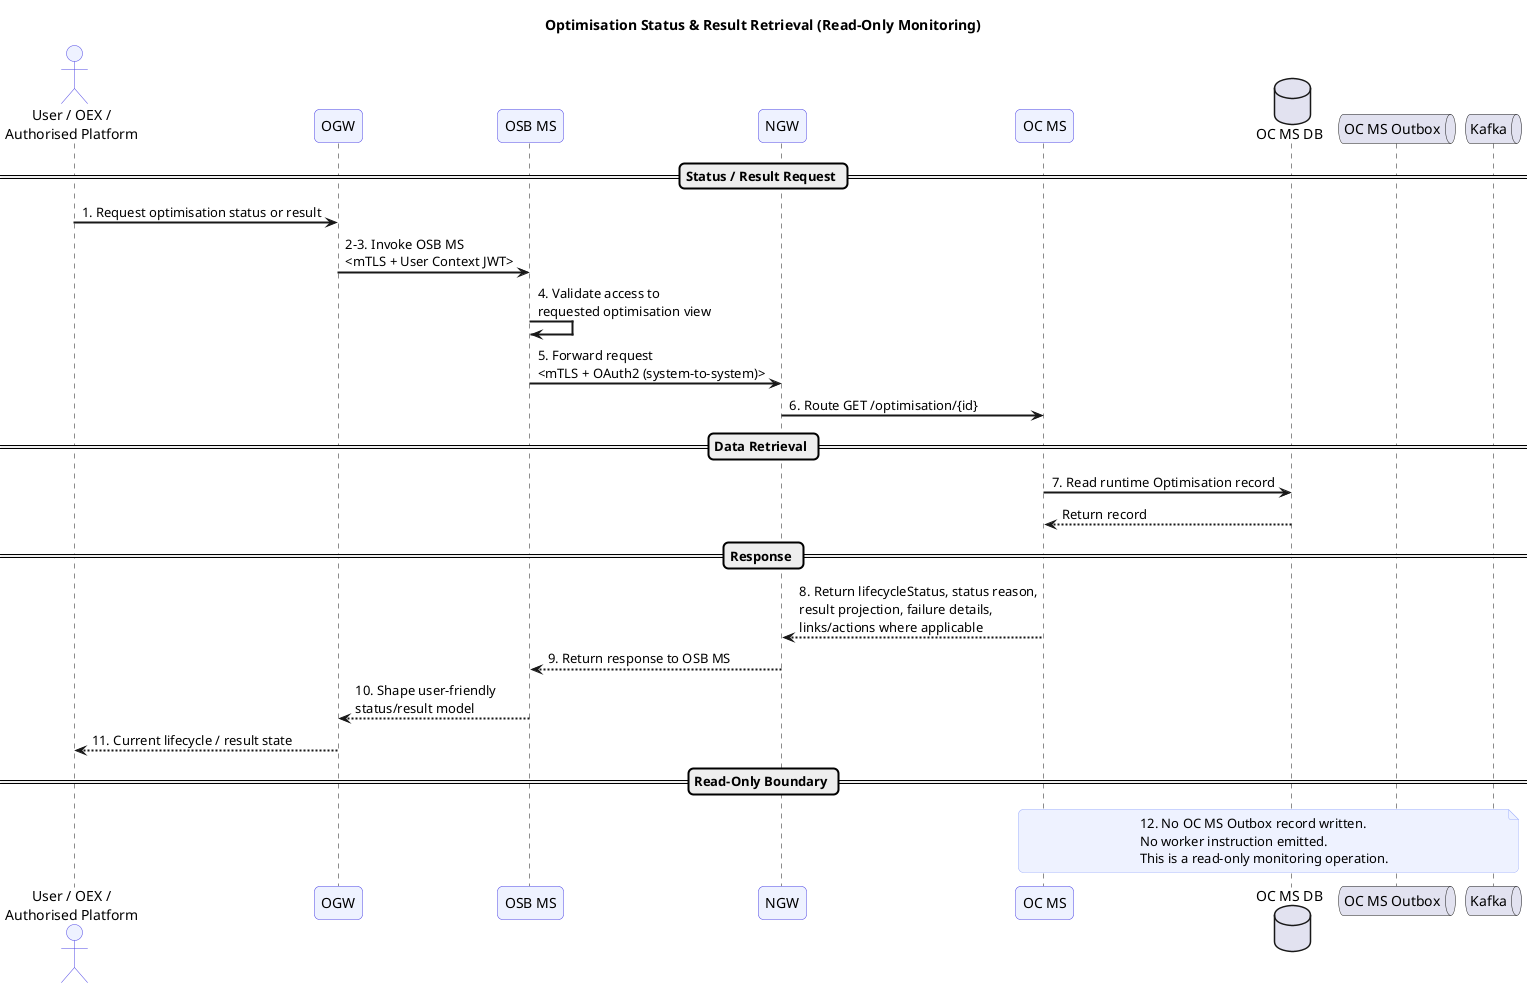
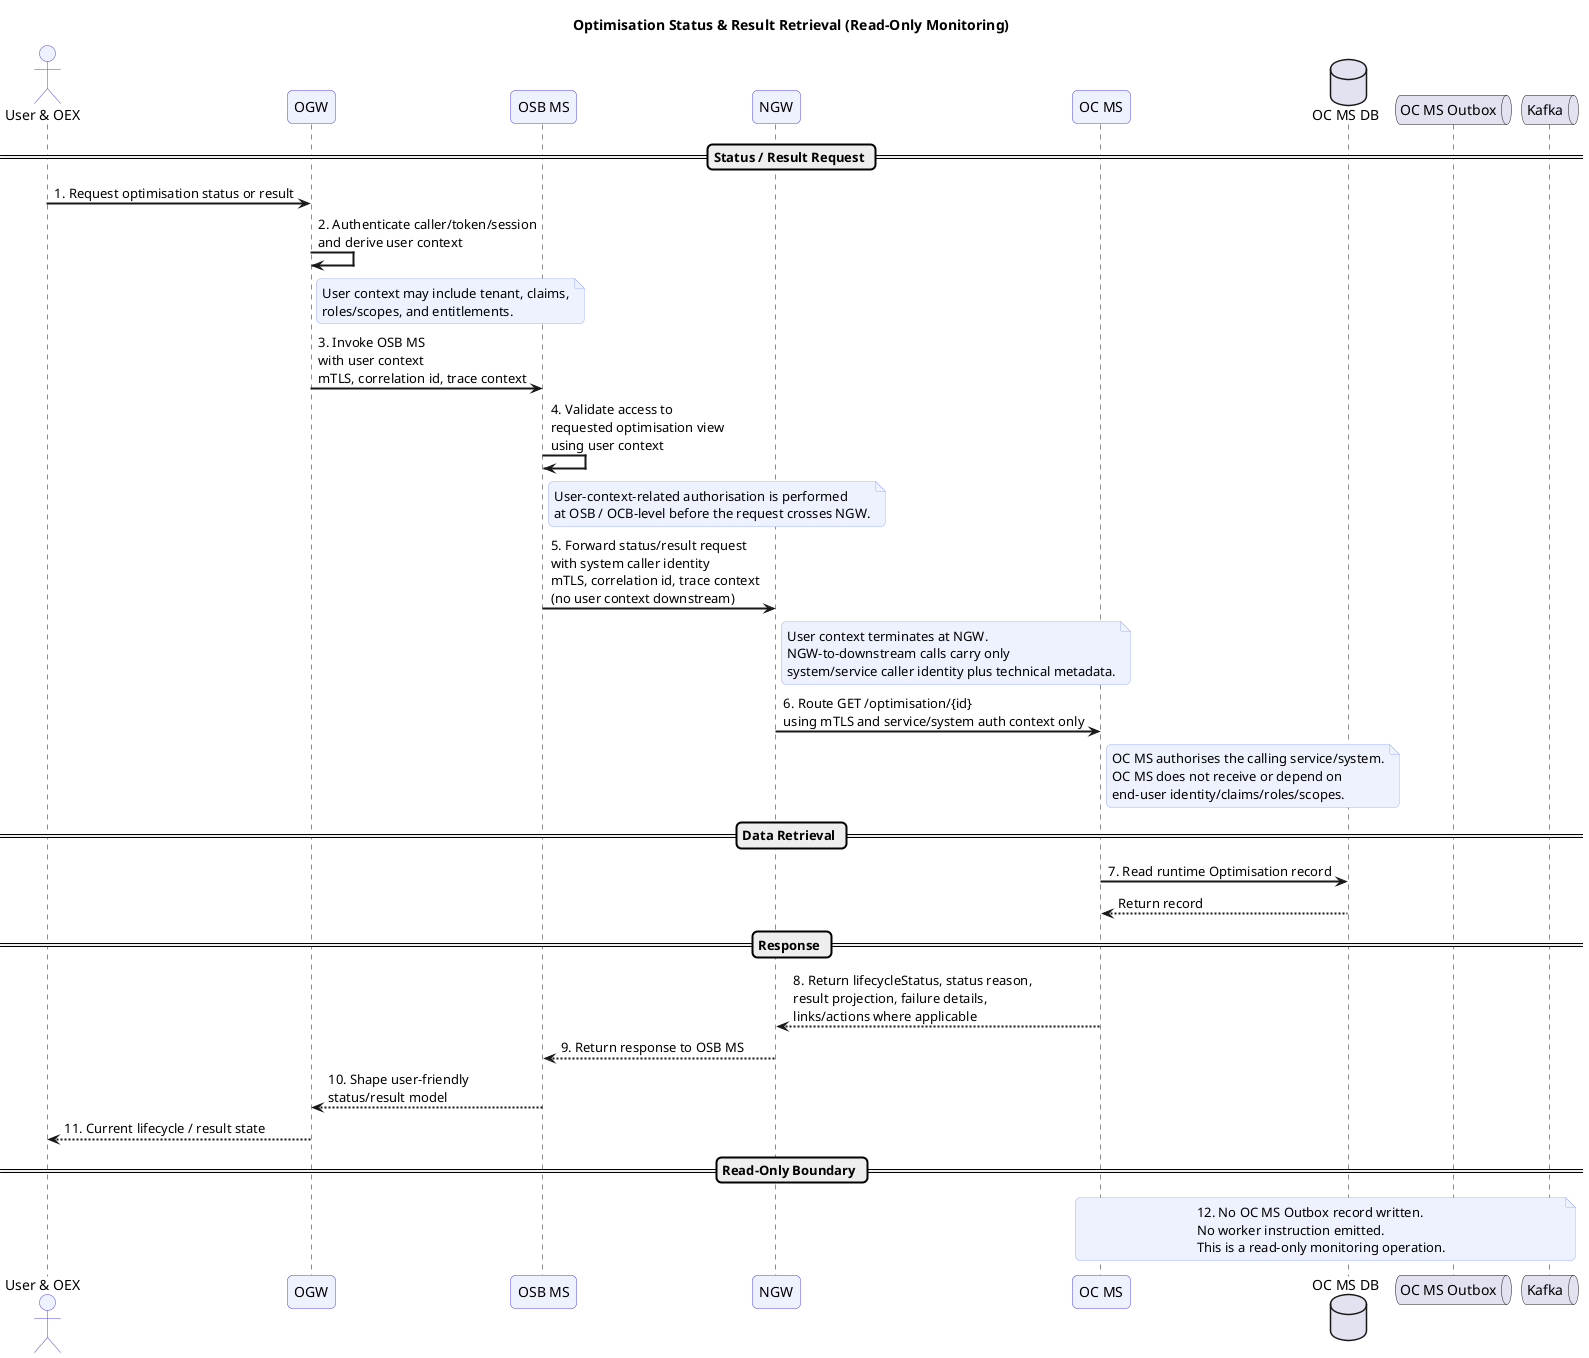
@startuml
title Optimisation Status & Result Retrieval (Read-Only Monitoring)

skinparam sequenceArrowThickness 2
skinparam roundcorner 10
skinparam sequenceParticipantBackgroundColor #EEF2FF
skinparam sequenceParticipantBorderColor #4F46E5
skinparam sequenceActorBackgroundColor #EEF2FF
skinparam sequenceActorBorderColor #4F46E5
skinparam noteBorderColor #A5B4FC
skinparam noteBackgroundColor #EEF2FF

- actor "User / OEX /\nAuthorised Platform" as Caller
+ actor "User & OEX " as Caller
participant "OGW" as OGW
participant "OSB MS" as OSB
participant "NGW" as NGW
participant "OC MS" as OCMS
database "OC MS DB" as OCDB
queue "OC MS Outbox" as Outbox
queue "Kafka" as Kafka

== Status / Result Request ==

Caller -> OGW : 1. Request optimisation status or result
- OGW -> OSB : 2-3. Invoke OSB MS\n<mTLS + User Context JWT>
- OSB -> OSB : 4. Validate access to\nrequested optimisation view
- OSB -> NGW : 5. Forward request\n<mTLS + OAuth2 (system-to-system)>
- NGW -> OCMS : 6. Route GET /optimisation/{id}
+ OGW -> OGW : 2. Authenticate caller/token/session\nand derive user context
+ note right of OGW
+ User context may include tenant, claims,
+ roles/scopes, and entitlements.
+ end note
+ 
+ OGW -> OSB : 3. Invoke OSB MS\nwith user context\nmTLS, correlation id, trace context
+ OSB -> OSB : 4. Validate access to\nrequested optimisation view\nusing user context
+ note right of OSB
+ User-context-related authorisation is performed
+ at OSB / OCB-level before the request crosses NGW.
+ end note
+ 
+ OSB -> NGW : 5. Forward status/result request\nwith system caller identity\nmTLS, correlation id, trace context\n(no user context downstream)
+ note right of NGW
+ User context terminates at NGW.
+ NGW-to-downstream calls carry only
+ system/service caller identity plus technical metadata.
+ end note
+ 
+ NGW -> OCMS : 6. Route GET /optimisation/{id}\nusing mTLS and service/system auth context only
+ note right of OCMS
+ OC MS authorises the calling service/system.
+ OC MS does not receive or depend on
+ end-user identity/claims/roles/scopes.
+ end note

== Data Retrieval ==

OCMS -> OCDB : 7. Read runtime Optimisation record
OCDB --> OCMS : Return record

== Response ==

OCMS --> NGW : 8. Return lifecycleStatus, status reason,\nresult projection, failure details,\nlinks/actions where applicable
NGW --> OSB : 9. Return response to OSB MS
OSB --> OGW : 10. Shape user-friendly\nstatus/result model
OGW --> Caller : 11. Current lifecycle / result state

== Read-Only Boundary ==

note over OCMS, Kafka
-   12. No OC MS Outbox record written.
-   No worker instruction emitted.
-   This is a read-only monitoring operation.
+ 12. No OC MS Outbox record written.
+ No worker instruction emitted.
+ This is a read-only monitoring operation.
end note

@enduml
